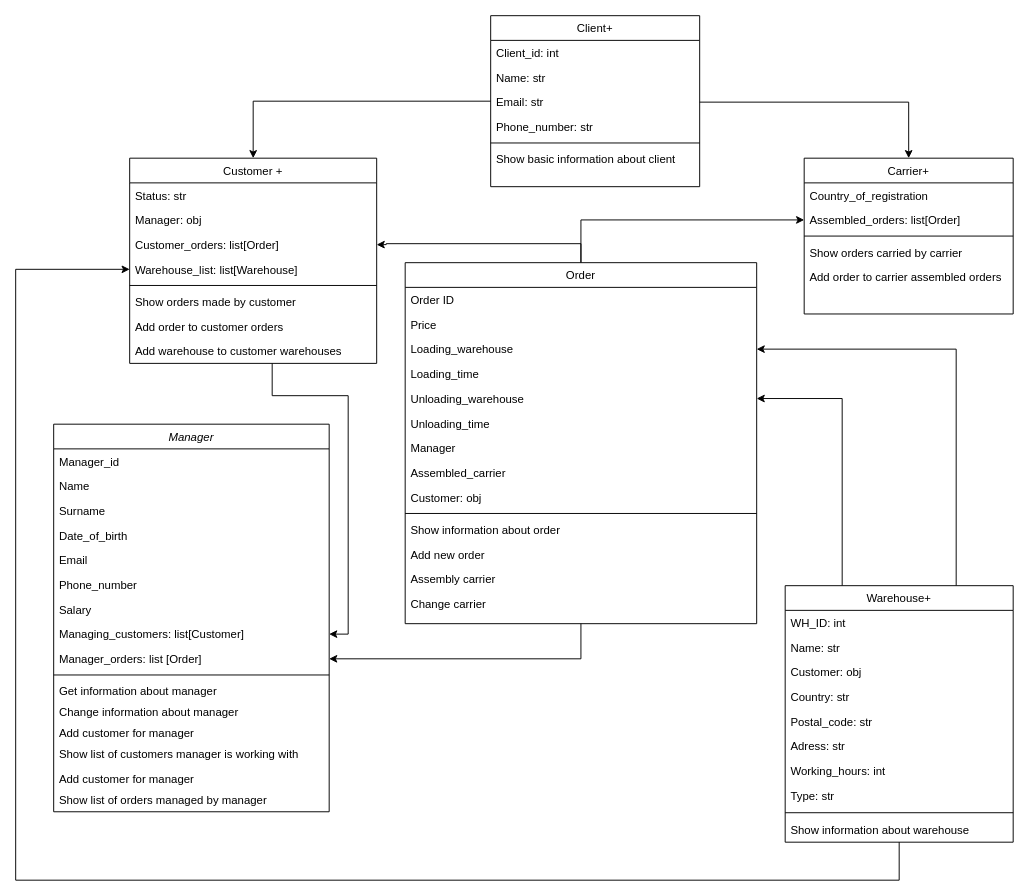
DDRAV/Miniprojektas-klusterizacija-klasifikacija- keeps this draw.io diagram as miniProjektas.drawio. Above is the earlier version. Source tidied: cells renumbered, new cells numbered last; positions are measured from the earlier drawing's top-left corner, leaving out a move shared by most shapes. Both pictures are drawn from the tidied source at 95%, with x=0, y=0 at pixel (15, 15).
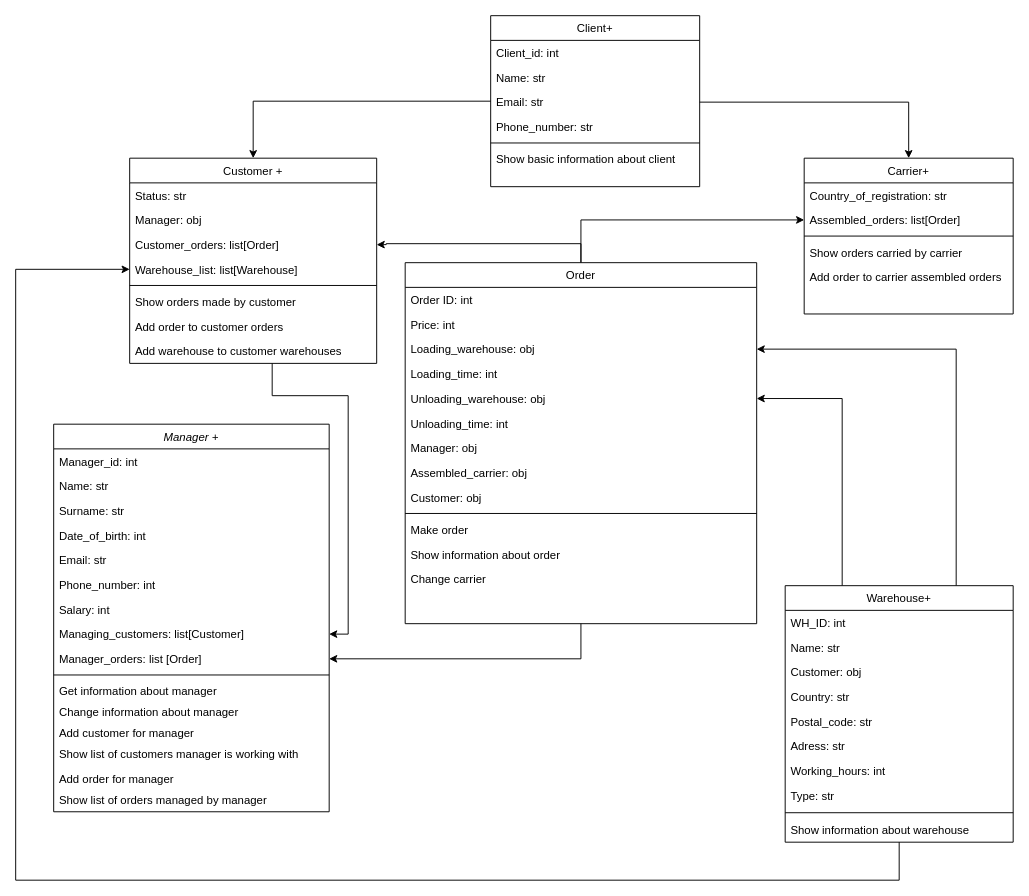
After the change.

Commit message (it also covers changes not shown here):
order + carrier

Unchanged cells that the change refers to:
```xml
<mxCell id="22" value="Order" style="swimlane;fontStyle=0;align=center;verticalAlign=top;horizontal=1;startSize=26;rounded=0;shadow=0;strokeWidth=1;" parent="1" vertex="1">
  <mxGeometry x="410" y="260" width="370" height="380" as="geometry" />
</mxCell>
<mxCell id="47" value="Carrier+" style="swimlane;fontStyle=0;align=center;verticalAlign=top;horizontal=1;startSize=26;rounded=0;shadow=0;strokeWidth=1;" parent="1" vertex="1">
  <mxGeometry x="830" y="150" width="220" height="164" as="geometry" />
</mxCell>
```

Change to the diagram source:
```diff
@@
-    <mxCell id="2" value="Manager" style="swimlane;fontStyle=2;align=center;verticalAlign=top;horizontal=1;startSize=26;rounded=0;shadow=0;strokeWidth=1;" parent="1" vertex="1">
+    <mxCell id="2" value="Manager +" style="swimlane;fontStyle=2;align=center;verticalAlign=top;horizontal=1;startSize=26;rounded=0;shadow=0;strokeWidth=1;" parent="1" vertex="1">
       <mxGeometry x="40" y="430" width="290" height="408" as="geometry" />
     </mxCell>
-    <mxCell id="3" value="Manager_id" style="text;align=left;verticalAlign=top;spacingLeft=4;spacingRight=4;overflow=hidden;rounded=0;shadow=0;html=0;" parent="2" vertex="1">
+    <mxCell id="3" value="Manager_id: int" style="text;align=left;verticalAlign=top;spacingLeft=4;spacingRight=4;overflow=hidden;rounded=0;shadow=0;html=0;" parent="2" vertex="1">
       <mxGeometry y="26" width="290" height="26" as="geometry" />
     </mxCell>
-    <mxCell id="4" value="Name" style="text;align=left;verticalAlign=top;spacingLeft=4;spacingRight=4;overflow=hidden;" parent="2" vertex="1">
+    <mxCell id="4" value="Name: str" style="text;align=left;verticalAlign=top;spacingLeft=4;spacingRight=4;overflow=hidden;" parent="2" vertex="1">
       <mxGeometry y="52" width="290" height="26" as="geometry" />
     </mxCell>
-    <mxCell id="5" value="Surname" style="text;align=left;verticalAlign=top;spacingLeft=4;spacingRight=4;overflow=hidden;rounded=0;shadow=0;html=0;" parent="2" vertex="1">
+    <mxCell id="5" value="Surname: str" style="text;align=left;verticalAlign=top;spacingLeft=4;spacingRight=4;overflow=hidden;rounded=0;shadow=0;html=0;" parent="2" vertex="1">
       <mxGeometry y="78" width="290" height="26" as="geometry" />
     </mxCell>
-    <mxCell id="6" value="Date_of_birth" style="text;align=left;verticalAlign=top;spacingLeft=4;spacingRight=4;overflow=hidden;rounded=0;shadow=0;html=0;" parent="2" vertex="1">
+    <mxCell id="6" value="Date_of_birth: int" style="text;align=left;verticalAlign=top;spacingLeft=4;spacingRight=4;overflow=hidden;rounded=0;shadow=0;html=0;" parent="2" vertex="1">
       <mxGeometry y="104" width="290" height="26" as="geometry" />
     </mxCell>
-    <mxCell id="7" value="Email" style="text;align=left;verticalAlign=top;spacingLeft=4;spacingRight=4;overflow=hidden;" parent="2" vertex="1">
+    <mxCell id="7" value="Email: str" style="text;align=left;verticalAlign=top;spacingLeft=4;spacingRight=4;overflow=hidden;" parent="2" vertex="1">
       <mxGeometry y="130" width="290" height="26" as="geometry" />
     </mxCell>
-    <mxCell id="8" value="Phone_number" style="text;align=left;verticalAlign=top;spacingLeft=4;spacingRight=4;overflow=hidden;rounded=0;shadow=0;html=0;" parent="2" vertex="1">
+    <mxCell id="8" value="Phone_number: int" style="text;align=left;verticalAlign=top;spacingLeft=4;spacingRight=4;overflow=hidden;rounded=0;shadow=0;html=0;" parent="2" vertex="1">
       <mxGeometry y="156" width="290" height="26" as="geometry" />
     </mxCell>
-    <mxCell id="9" value="Salary" style="text;align=left;verticalAlign=top;spacingLeft=4;spacingRight=4;overflow=hidden;rounded=0;shadow=0;html=0;" parent="2" vertex="1">
+    <mxCell id="9" value="Salary: int" style="text;align=left;verticalAlign=top;spacingLeft=4;spacingRight=4;overflow=hidden;rounded=0;shadow=0;html=0;" parent="2" vertex="1">
       <mxGeometry y="182" width="290" height="26" as="geometry" />
     </mxCell>
@@
-    <mxCell id="17" value="Add customer for manager" style="text;align=left;verticalAlign=top;spacingLeft=4;spacingRight=4;overflow=hidden;" parent="2" vertex="1">
+    <mxCell id="17" value="Add order for manager" style="text;align=left;verticalAlign=top;spacingLeft=4;spacingRight=4;overflow=hidden;" parent="2" vertex="1">
       <mxGeometry y="360" width="290" height="22" as="geometry" />
     </mxCell>
@@
-    <mxCell id="23" value="Order ID" style="text;align=left;verticalAlign=top;spacingLeft=4;spacingRight=4;overflow=hidden;" parent="22" vertex="1">
+    <mxCell id="23" value="Order ID: int" style="text;align=left;verticalAlign=top;spacingLeft=4;spacingRight=4;overflow=hidden;" parent="22" vertex="1">
       <mxGeometry y="26" width="370" height="26" as="geometry" />
     </mxCell>
-    <mxCell id="24" value="Price" style="text;align=left;verticalAlign=top;spacingLeft=4;spacingRight=4;overflow=hidden;rounded=0;shadow=0;html=0;" parent="22" vertex="1">
+    <mxCell id="24" value="Price: int" style="text;align=left;verticalAlign=top;spacingLeft=4;spacingRight=4;overflow=hidden;rounded=0;shadow=0;html=0;" parent="22" vertex="1">
       <mxGeometry y="52" width="370" height="26" as="geometry" />
     </mxCell>
-    <mxCell id="25" value="Loading_warehouse" style="text;align=left;verticalAlign=top;spacingLeft=4;spacingRight=4;overflow=hidden;points=[[0,0.5],[1,0.5]];portConstraint=eastwest;rounded=0;shadow=0;html=0;" parent="22" vertex="1">
+    <mxCell id="25" value="Loading_warehouse: obj" style="text;align=left;verticalAlign=top;spacingLeft=4;spacingRight=4;overflow=hidden;points=[[0,0.5],[1,0.5]];portConstraint=eastwest;rounded=0;shadow=0;html=0;" parent="22" vertex="1">
       <mxGeometry y="78" width="370" height="26" as="geometry" />
     </mxCell>
-    <mxCell id="26" value="Loading_time" style="text;align=left;verticalAlign=top;spacingLeft=4;spacingRight=4;overflow=hidden;rounded=0;shadow=0;html=0;" parent="22" vertex="1">
+    <mxCell id="26" value="Loading_time: int" style="text;align=left;verticalAlign=top;spacingLeft=4;spacingRight=4;overflow=hidden;rounded=0;shadow=0;html=0;" parent="22" vertex="1">
       <mxGeometry y="104" width="370" height="26" as="geometry" />
     </mxCell>
-    <mxCell id="27" value="Unloading_warehouse" style="text;align=left;verticalAlign=top;spacingLeft=4;spacingRight=4;overflow=hidden;points=[[0,0.5],[1,0.5]];portConstraint=eastwest;rounded=0;shadow=0;html=0;" parent="22" vertex="1">
+    <mxCell id="27" value="Unloading_warehouse: obj" style="text;align=left;verticalAlign=top;spacingLeft=4;spacingRight=4;overflow=hidden;points=[[0,0.5],[1,0.5]];portConstraint=eastwest;rounded=0;shadow=0;html=0;" parent="22" vertex="1">
       <mxGeometry y="130" width="370" height="26" as="geometry" />
     </mxCell>
-    <mxCell id="28" value="Unloading_time" style="text;align=left;verticalAlign=top;spacingLeft=4;spacingRight=4;overflow=hidden;rounded=0;shadow=0;html=0;" parent="22" vertex="1">
+    <mxCell id="28" value="Unloading_time: int" style="text;align=left;verticalAlign=top;spacingLeft=4;spacingRight=4;overflow=hidden;rounded=0;shadow=0;html=0;" parent="22" vertex="1">
       <mxGeometry y="156" width="370" height="26" as="geometry" />
     </mxCell>
-    <mxCell id="29" value="Manager" style="text;align=left;verticalAlign=top;spacingLeft=4;spacingRight=4;overflow=hidden;rounded=0;shadow=0;html=0;" parent="22" vertex="1">
+    <mxCell id="29" value="Manager: obj" style="text;align=left;verticalAlign=top;spacingLeft=4;spacingRight=4;overflow=hidden;rounded=0;shadow=0;html=0;" parent="22" vertex="1">
       <mxGeometry y="182" width="370" height="26" as="geometry" />
     </mxCell>
-    <mxCell id="30" value="Assembled_carrier" style="text;align=left;verticalAlign=top;spacingLeft=4;spacingRight=4;overflow=hidden;rounded=0;shadow=0;html=0;" parent="22" vertex="1">
+    <mxCell id="30" value="Assembled_carrier: obj" style="text;align=left;verticalAlign=top;spacingLeft=4;spacingRight=4;overflow=hidden;rounded=0;shadow=0;html=0;" parent="22" vertex="1">
       <mxGeometry y="208" width="370" height="26" as="geometry" />
     </mxCell>
@@
+    <mxCell id="76" value="Make order" style="text;align=left;verticalAlign=top;spacingLeft=4;spacingRight=4;overflow=hidden;" parent="22" vertex="1">
+      <mxGeometry y="268" width="370" height="26" as="geometry" />
+    </mxCell>
     <mxCell id="33" value="Show information about order" style="text;align=left;verticalAlign=top;spacingLeft=4;spacingRight=4;overflow=hidden;" parent="22" vertex="1">
-      <mxGeometry y="268" width="370" height="26" as="geometry" />
+      <mxGeometry y="294" width="370" height="26" as="geometry" />
     </mxCell>
-    <mxCell id="34" value="Add new order" style="text;align=left;verticalAlign=top;spacingLeft=4;spacingRight=4;overflow=hidden;" parent="22" vertex="1">
-      <mxGeometry y="294" width="370" height="26" as="geometry" />
-    </mxCell>
-    <mxCell id="35" value="Assembly carrier" style="text;align=left;verticalAlign=top;spacingLeft=4;spacingRight=4;overflow=hidden;" parent="22" vertex="1">
-      <mxGeometry y="320" width="370" height="26" as="geometry" />
-    </mxCell>
     <mxCell id="36" value="Change carrier" style="text;align=left;verticalAlign=top;spacingLeft=4;spacingRight=4;overflow=hidden;" parent="22" vertex="1">
-      <mxGeometry y="346" width="370" height="26" as="geometry" />
+      <mxGeometry y="320" width="370" height="26" as="geometry" />
     </mxCell>
@@
-    <mxCell id="48" value="Country_of_registration" style="text;align=left;verticalAlign=top;spacingLeft=4;spacingRight=4;overflow=hidden;rounded=0;shadow=0;html=0;" parent="47" vertex="1">
+    <mxCell id="48" value="Country_of_registration: str" style="text;align=left;verticalAlign=top;spacingLeft=4;spacingRight=4;overflow=hidden;rounded=0;shadow=0;html=0;" parent="47" vertex="1">
       <mxGeometry y="26" width="220" height="26" as="geometry" />
     </mxCell>
```
